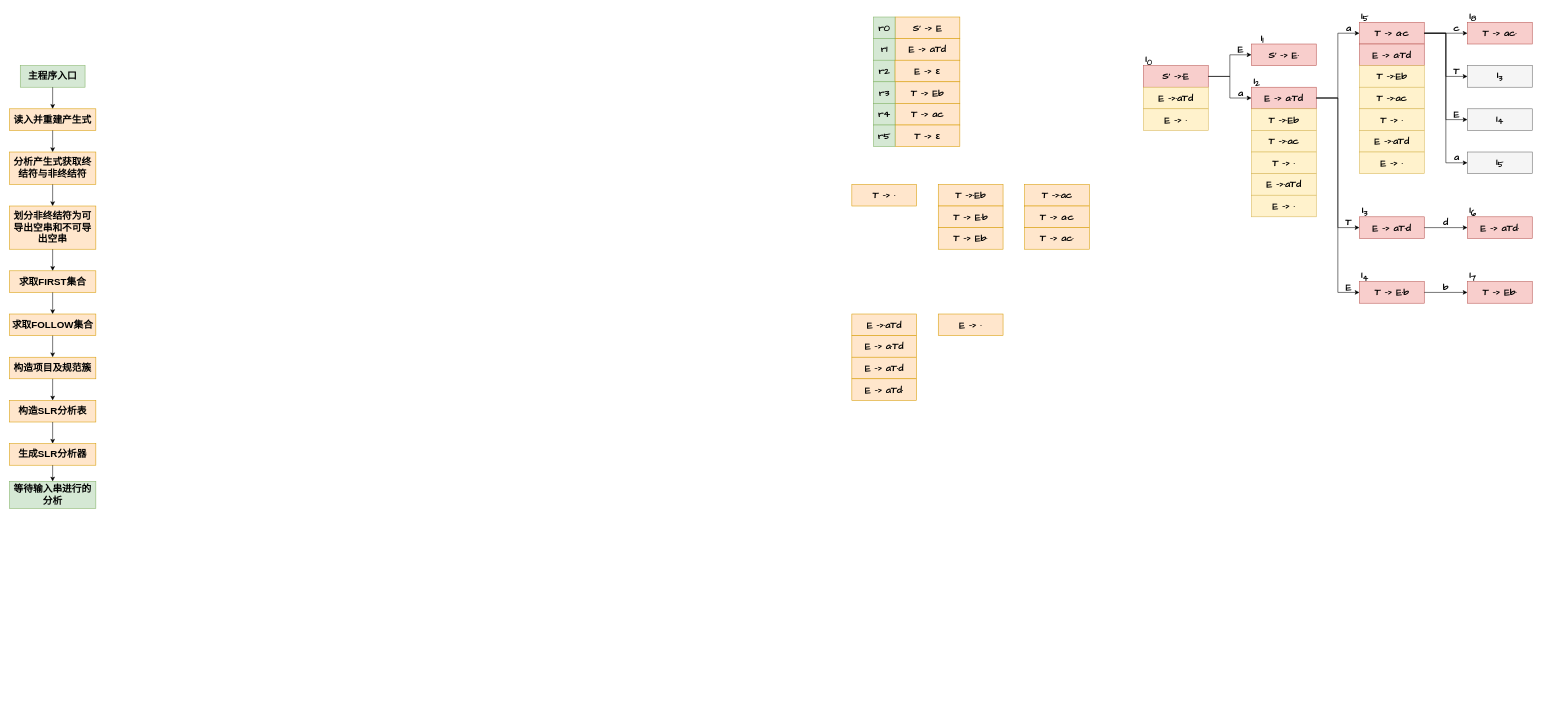
This is CS/CompilersPrinciples/GrammaticalAnalysis.drawio from umiskky/Diagrams, a draw.io file, before an edit. Source tidied: cells renumbered, new cells numbered last; positions are measured from the earlier drawing's top-left corner, leaving out a move shared by most shapes. Both pictures are drawn from the tidied source at 54%, with x=0, y=0 at pixel (9, 11).
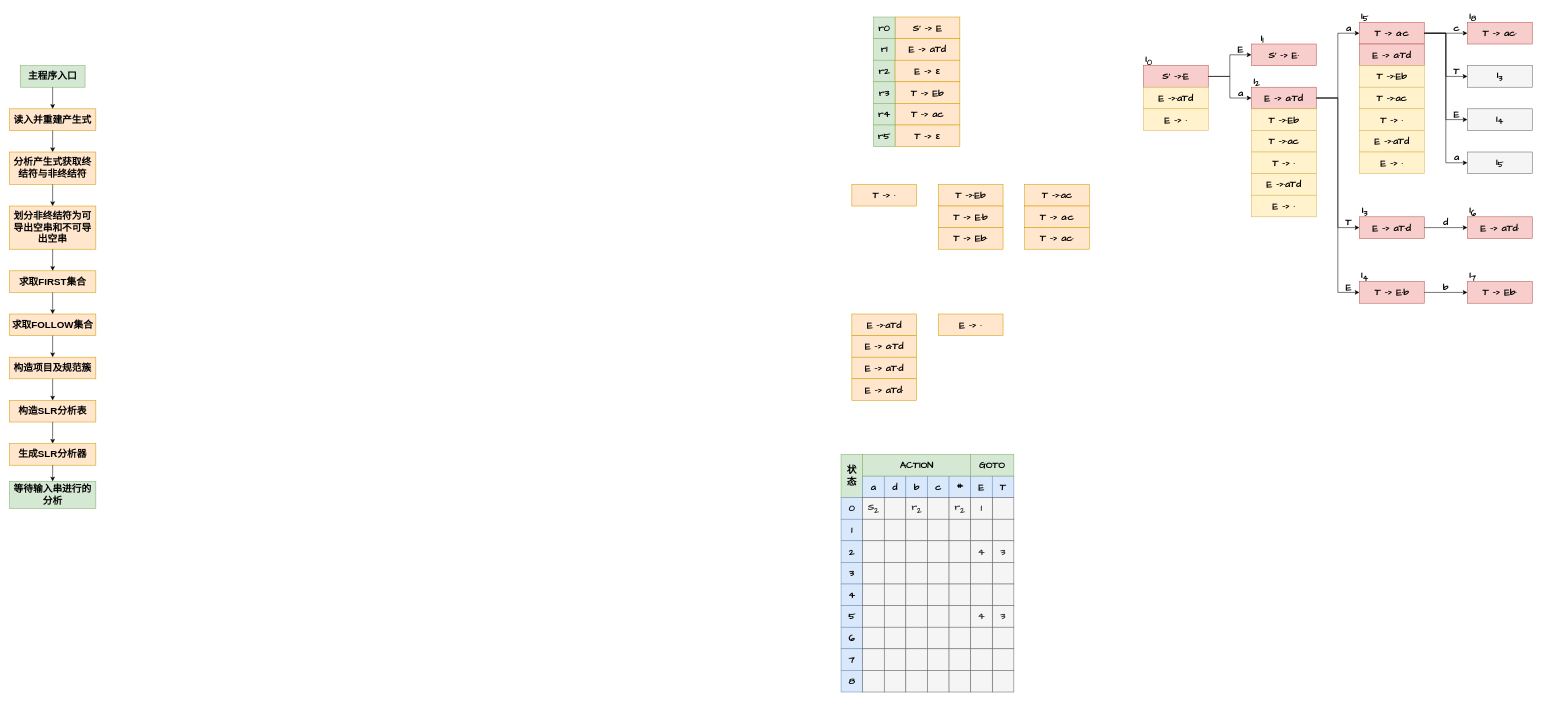
The same diagram, later.

Change to the diagram source:
```diff
@@
+    <mxCell id="116" style="group;" parent="1" vertex="1">
+      <mxGeometry x="1540" y="820" width="320" height="440" as="geometry" />
+    </mxCell>
+    <mxCell id="117" value="&lt;font face=&quot;Comic Sans MS&quot; style=&quot;font-size: 18px&quot;&gt;&lt;b&gt;状&lt;br&gt;态&lt;br&gt;&lt;/b&gt;&lt;/font&gt;" style="rounded=0;whiteSpace=wrap;html=1;fillColor=#d5e8d4;strokeColor=#82b366;" parent="116" vertex="1">
+      <mxGeometry width="40" height="80" as="geometry" />
+    </mxCell>
+    <mxCell id="118" value="&lt;font face=&quot;Comic Sans MS&quot; style=&quot;font-size: 18px&quot;&gt;&lt;b&gt;a&lt;/b&gt;&lt;/font&gt;" style="rounded=0;whiteSpace=wrap;html=1;fillColor=#dae8fc;strokeColor=#6c8ebf;" parent="116" vertex="1">
+      <mxGeometry x="40" y="40" width="40" height="40" as="geometry" />
+    </mxCell>
+    <mxCell id="119" value="&lt;font face=&quot;Comic Sans MS&quot; style=&quot;font-size: 18px&quot;&gt;&lt;b&gt;d&lt;/b&gt;&lt;/font&gt;" style="rounded=0;whiteSpace=wrap;html=1;fillColor=#dae8fc;strokeColor=#6c8ebf;" parent="116" vertex="1">
+      <mxGeometry x="80" y="40" width="40" height="40" as="geometry" />
+    </mxCell>
+    <mxCell id="120" value="&lt;font face=&quot;Comic Sans MS&quot; style=&quot;font-size: 18px&quot;&gt;&lt;b&gt;b&lt;/b&gt;&lt;/font&gt;" style="rounded=0;whiteSpace=wrap;html=1;fillColor=#dae8fc;strokeColor=#6c8ebf;" parent="116" vertex="1">
+      <mxGeometry x="120" y="40" width="40" height="40" as="geometry" />
+    </mxCell>
+    <mxCell id="121" value="&lt;font face=&quot;Comic Sans MS&quot;&gt;&lt;span style=&quot;font-size: 18px&quot;&gt;&lt;b&gt;c&lt;/b&gt;&lt;/span&gt;&lt;/font&gt;" style="rounded=0;whiteSpace=wrap;html=1;fillColor=#dae8fc;strokeColor=#6c8ebf;" parent="116" vertex="1">
+      <mxGeometry x="160" y="40" width="40" height="40" as="geometry" />
+    </mxCell>
+    <mxCell id="122" value="&lt;font face=&quot;Comic Sans MS&quot;&gt;&lt;span style=&quot;font-size: 18px&quot;&gt;&lt;b&gt;#&lt;/b&gt;&lt;/span&gt;&lt;/font&gt;" style="rounded=0;whiteSpace=wrap;html=1;fillColor=#dae8fc;strokeColor=#6c8ebf;" parent="116" vertex="1">
+      <mxGeometry x="200" y="40" width="40" height="40" as="geometry" />
+    </mxCell>
+    <mxCell id="123" value="&lt;font face=&quot;Comic Sans MS&quot;&gt;&lt;span style=&quot;font-size: 18px&quot;&gt;&lt;b&gt;E&lt;/b&gt;&lt;/span&gt;&lt;/font&gt;" style="rounded=0;whiteSpace=wrap;html=1;fillColor=#dae8fc;strokeColor=#6c8ebf;" parent="116" vertex="1">
+      <mxGeometry x="240" y="40" width="40" height="40" as="geometry" />
+    </mxCell>
+    <mxCell id="124" value="&lt;font face=&quot;Comic Sans MS&quot;&gt;&lt;span style=&quot;font-size: 18px&quot;&gt;&lt;b&gt;T&lt;/b&gt;&lt;/span&gt;&lt;/font&gt;" style="rounded=0;whiteSpace=wrap;html=1;fillColor=#dae8fc;strokeColor=#6c8ebf;" parent="116" vertex="1">
+      <mxGeometry x="280" y="40" width="40" height="40" as="geometry" />
+    </mxCell>
+    <mxCell id="125" value="&lt;font face=&quot;Comic Sans MS&quot; style=&quot;font-size: 18px&quot;&gt;&lt;b&gt;ACTION&lt;/b&gt;&lt;/font&gt;" style="rounded=0;whiteSpace=wrap;html=1;fillColor=#d5e8d4;strokeColor=#82b366;" parent="116" vertex="1">
+      <mxGeometry x="40" width="200" height="40" as="geometry" />
+    </mxCell>
+    <mxCell id="126" value="&lt;font face=&quot;Comic Sans MS&quot;&gt;&lt;span style=&quot;font-size: 18px&quot;&gt;&lt;b&gt;GOTO&lt;/b&gt;&lt;/span&gt;&lt;/font&gt;" style="rounded=0;whiteSpace=wrap;html=1;fillColor=#d5e8d4;strokeColor=#82b366;" parent="116" vertex="1">
+      <mxGeometry x="240" width="80" height="40" as="geometry" />
+    </mxCell>
+    <mxCell id="127" value="&lt;font face=&quot;Comic Sans MS&quot; style=&quot;font-size: 18px&quot;&gt;&lt;b&gt;0&lt;/b&gt;&lt;/font&gt;" style="rounded=0;whiteSpace=wrap;html=1;fillColor=#dae8fc;strokeColor=#6c8ebf;" parent="116" vertex="1">
+      <mxGeometry y="80" width="40" height="40" as="geometry" />
+    </mxCell>
+    <mxCell id="128" value="&lt;b&gt;&lt;font style=&quot;font-size: 18px&quot; face=&quot;Comic Sans MS&quot;&gt;S&lt;sub&gt;2&lt;/sub&gt;&lt;/font&gt;&lt;/b&gt;" style="rounded=0;whiteSpace=wrap;html=1;fillColor=#f5f5f5;strokeColor=#666666;fontColor=#333333;" parent="116" vertex="1">
+      <mxGeometry x="40" y="80" width="40" height="40" as="geometry" />
+    </mxCell>
+    <mxCell id="129" style="rounded=0;whiteSpace=wrap;html=1;fillColor=#f5f5f5;strokeColor=#666666;fontColor=#333333;" parent="116" vertex="1">
+      <mxGeometry x="80" y="80" width="40" height="40" as="geometry" />
+    </mxCell>
+    <mxCell id="130" value="&lt;b&gt;&lt;font style=&quot;font-size: 18px&quot; face=&quot;Comic Sans MS&quot;&gt;r&lt;sub&gt;2&lt;/sub&gt;&lt;/font&gt;&lt;/b&gt;" style="rounded=0;whiteSpace=wrap;html=1;fillColor=#f5f5f5;strokeColor=#666666;fontColor=#333333;" parent="116" vertex="1">
+      <mxGeometry x="120" y="80" width="40" height="40" as="geometry" />
+    </mxCell>
+    <mxCell id="131" style="rounded=0;whiteSpace=wrap;html=1;fillColor=#f5f5f5;strokeColor=#666666;fontColor=#333333;" parent="116" vertex="1">
+      <mxGeometry x="160" y="80" width="40" height="40" as="geometry" />
+    </mxCell>
+    <mxCell id="132" value="&lt;b&gt;&lt;font face=&quot;Comic Sans MS&quot; style=&quot;font-size: 18px&quot;&gt;r&lt;sub&gt;2&lt;/sub&gt;&lt;/font&gt;&lt;/b&gt;" style="rounded=0;whiteSpace=wrap;html=1;fillColor=#f5f5f5;strokeColor=#666666;fontColor=#333333;" parent="116" vertex="1">
+      <mxGeometry x="200" y="80" width="40" height="40" as="geometry" />
+    </mxCell>
+    <mxCell id="133" style="rounded=0;whiteSpace=wrap;html=1;fillColor=#f5f5f5;strokeColor=#666666;fontColor=#333333;" parent="116" vertex="1">
+      <mxGeometry x="280" y="80" width="40" height="40" as="geometry" />
+    </mxCell>
+    <mxCell id="134" value="&lt;font style=&quot;font-size: 18px&quot; face=&quot;Comic Sans MS&quot;&gt;&lt;b&gt;1&lt;/b&gt;&lt;/font&gt;" style="rounded=0;whiteSpace=wrap;html=1;fillColor=#f5f5f5;strokeColor=#666666;fontColor=#333333;" parent="116" vertex="1">
+      <mxGeometry x="240" y="80" width="40" height="40" as="geometry" />
+    </mxCell>
+    <mxCell id="135" value="&lt;font face=&quot;Comic Sans MS&quot; style=&quot;font-size: 18px&quot;&gt;&lt;b&gt;1&lt;/b&gt;&lt;/font&gt;" style="rounded=0;whiteSpace=wrap;html=1;fillColor=#dae8fc;strokeColor=#6c8ebf;" parent="116" vertex="1">
+      <mxGeometry y="120" width="40" height="40" as="geometry" />
+    </mxCell>
+    <mxCell id="136" value="&lt;font face=&quot;Comic Sans MS&quot; style=&quot;font-size: 18px&quot;&gt;&lt;b&gt;2&lt;/b&gt;&lt;/font&gt;" style="rounded=0;whiteSpace=wrap;html=1;fillColor=#dae8fc;strokeColor=#6c8ebf;" parent="116" vertex="1">
+      <mxGeometry y="160" width="40" height="40" as="geometry" />
+    </mxCell>
+    <mxCell id="137" value="&lt;font face=&quot;Comic Sans MS&quot; style=&quot;font-size: 18px&quot;&gt;&lt;b&gt;3&lt;/b&gt;&lt;/font&gt;" style="rounded=0;whiteSpace=wrap;html=1;fillColor=#dae8fc;strokeColor=#6c8ebf;" parent="116" vertex="1">
+      <mxGeometry y="200" width="40" height="40" as="geometry" />
+    </mxCell>
+    <mxCell id="138" value="&lt;font face=&quot;Comic Sans MS&quot; style=&quot;font-size: 18px&quot;&gt;&lt;b&gt;4&lt;/b&gt;&lt;/font&gt;" style="rounded=0;whiteSpace=wrap;html=1;fillColor=#dae8fc;strokeColor=#6c8ebf;" parent="116" vertex="1">
+      <mxGeometry y="240" width="40" height="40" as="geometry" />
+    </mxCell>
+    <mxCell id="139" value="&lt;font face=&quot;Comic Sans MS&quot; style=&quot;font-size: 18px&quot;&gt;&lt;b&gt;5&lt;/b&gt;&lt;/font&gt;" style="rounded=0;whiteSpace=wrap;html=1;fillColor=#dae8fc;strokeColor=#6c8ebf;" parent="116" vertex="1">
+      <mxGeometry y="280" width="40" height="40" as="geometry" />
+    </mxCell>
+    <mxCell id="140" value="&lt;font face=&quot;Comic Sans MS&quot; style=&quot;font-size: 18px&quot;&gt;&lt;b&gt;6&lt;/b&gt;&lt;/font&gt;" style="rounded=0;whiteSpace=wrap;html=1;fillColor=#dae8fc;strokeColor=#6c8ebf;" parent="116" vertex="1">
+      <mxGeometry y="320" width="40" height="40" as="geometry" />
+    </mxCell>
+    <mxCell id="141" value="&lt;font face=&quot;Comic Sans MS&quot; style=&quot;font-size: 18px&quot;&gt;&lt;b&gt;7&lt;/b&gt;&lt;/font&gt;" style="rounded=0;whiteSpace=wrap;html=1;fillColor=#dae8fc;strokeColor=#6c8ebf;" parent="116" vertex="1">
+      <mxGeometry y="360" width="40" height="40" as="geometry" />
+    </mxCell>
+    <mxCell id="142" value="&lt;font face=&quot;Comic Sans MS&quot; style=&quot;font-size: 18px&quot;&gt;&lt;b&gt;8&lt;/b&gt;&lt;/font&gt;" style="rounded=0;whiteSpace=wrap;html=1;fillColor=#dae8fc;strokeColor=#6c8ebf;" parent="116" vertex="1">
+      <mxGeometry y="400" width="40" height="40" as="geometry" />
+    </mxCell>
+    <mxCell id="143" style="rounded=0;whiteSpace=wrap;html=1;fillColor=#f5f5f5;strokeColor=#666666;fontColor=#333333;" parent="116" vertex="1">
+      <mxGeometry x="40" y="120" width="40" height="40" as="geometry" />
+    </mxCell>
+    <mxCell id="144" style="rounded=0;whiteSpace=wrap;html=1;fillColor=#f5f5f5;strokeColor=#666666;fontColor=#333333;" parent="116" vertex="1">
+      <mxGeometry x="80" y="120" width="40" height="40" as="geometry" />
+    </mxCell>
+    <mxCell id="145" style="rounded=0;whiteSpace=wrap;html=1;fillColor=#f5f5f5;strokeColor=#666666;fontColor=#333333;" parent="116" vertex="1">
+      <mxGeometry x="120" y="120" width="40" height="40" as="geometry" />
+    </mxCell>
+    <mxCell id="146" style="rounded=0;whiteSpace=wrap;html=1;fillColor=#f5f5f5;strokeColor=#666666;fontColor=#333333;" parent="116" vertex="1">
+      <mxGeometry x="160" y="120" width="40" height="40" as="geometry" />
+    </mxCell>
+    <mxCell id="147" style="rounded=0;whiteSpace=wrap;html=1;fillColor=#f5f5f5;strokeColor=#666666;fontColor=#333333;" parent="116" vertex="1">
+      <mxGeometry x="200" y="120" width="40" height="40" as="geometry" />
+    </mxCell>
+    <mxCell id="148" style="rounded=0;whiteSpace=wrap;html=1;fillColor=#f5f5f5;strokeColor=#666666;fontColor=#333333;" parent="116" vertex="1">
+      <mxGeometry x="280" y="120" width="40" height="40" as="geometry" />
+    </mxCell>
+    <mxCell id="149" style="rounded=0;whiteSpace=wrap;html=1;fillColor=#f5f5f5;strokeColor=#666666;fontColor=#333333;" parent="116" vertex="1">
+      <mxGeometry x="240" y="120" width="40" height="40" as="geometry" />
+    </mxCell>
+    <mxCell id="150" style="rounded=0;whiteSpace=wrap;html=1;fillColor=#f5f5f5;strokeColor=#666666;fontColor=#333333;" parent="116" vertex="1">
+      <mxGeometry x="40" y="160" width="40" height="40" as="geometry" />
+    </mxCell>
+    <mxCell id="151" style="rounded=0;whiteSpace=wrap;html=1;fillColor=#f5f5f5;strokeColor=#666666;fontColor=#333333;" parent="116" vertex="1">
+      <mxGeometry x="80" y="160" width="40" height="40" as="geometry" />
+    </mxCell>
+    <mxCell id="152" style="rounded=0;whiteSpace=wrap;html=1;fillColor=#f5f5f5;strokeColor=#666666;fontColor=#333333;" parent="116" vertex="1">
+      <mxGeometry x="120" y="160" width="40" height="40" as="geometry" />
+    </mxCell>
+    <mxCell id="153" style="rounded=0;whiteSpace=wrap;html=1;fillColor=#f5f5f5;strokeColor=#666666;fontColor=#333333;" parent="116" vertex="1">
+      <mxGeometry x="160" y="160" width="40" height="40" as="geometry" />
+    </mxCell>
+    <mxCell id="154" style="rounded=0;whiteSpace=wrap;html=1;fillColor=#f5f5f5;strokeColor=#666666;fontColor=#333333;" parent="116" vertex="1">
+      <mxGeometry x="200" y="160" width="40" height="40" as="geometry" />
+    </mxCell>
+    <mxCell id="155" value="&lt;b style=&quot;font-family: &amp;#34;comic sans ms&amp;#34; ; font-size: 18px&quot;&gt;3&lt;/b&gt;" style="rounded=0;whiteSpace=wrap;html=1;fillColor=#f5f5f5;strokeColor=#666666;fontColor=#333333;" parent="116" vertex="1">
+      <mxGeometry x="280" y="160" width="40" height="40" as="geometry" />
+    </mxCell>
+    <mxCell id="156" value="&lt;b style=&quot;font-family: &amp;#34;comic sans ms&amp;#34; ; font-size: 18px&quot;&gt;4&lt;/b&gt;" style="rounded=0;whiteSpace=wrap;html=1;fillColor=#f5f5f5;strokeColor=#666666;fontColor=#333333;" parent="116" vertex="1">
+      <mxGeometry x="240" y="160" width="40" height="40" as="geometry" />
+    </mxCell>
+    <mxCell id="157" style="rounded=0;whiteSpace=wrap;html=1;fillColor=#f5f5f5;strokeColor=#666666;fontColor=#333333;" parent="116" vertex="1">
+      <mxGeometry x="40" y="200" width="40" height="40" as="geometry" />
+    </mxCell>
+    <mxCell id="158" style="rounded=0;whiteSpace=wrap;html=1;fillColor=#f5f5f5;strokeColor=#666666;fontColor=#333333;" parent="116" vertex="1">
+      <mxGeometry x="80" y="200" width="40" height="40" as="geometry" />
+    </mxCell>
+    <mxCell id="159" style="rounded=0;whiteSpace=wrap;html=1;fillColor=#f5f5f5;strokeColor=#666666;fontColor=#333333;" parent="116" vertex="1">
+      <mxGeometry x="120" y="200" width="40" height="40" as="geometry" />
+    </mxCell>
+    <mxCell id="160" style="rounded=0;whiteSpace=wrap;html=1;fillColor=#f5f5f5;strokeColor=#666666;fontColor=#333333;" parent="116" vertex="1">
+      <mxGeometry x="160" y="200" width="40" height="40" as="geometry" />
+    </mxCell>
+    <mxCell id="161" style="rounded=0;whiteSpace=wrap;html=1;fillColor=#f5f5f5;strokeColor=#666666;fontColor=#333333;" parent="116" vertex="1">
+      <mxGeometry x="200" y="200" width="40" height="40" as="geometry" />
+    </mxCell>
+    <mxCell id="162" style="rounded=0;whiteSpace=wrap;html=1;fillColor=#f5f5f5;strokeColor=#666666;fontColor=#333333;" parent="116" vertex="1">
+      <mxGeometry x="280" y="200" width="40" height="40" as="geometry" />
+    </mxCell>
+    <mxCell id="163" style="rounded=0;whiteSpace=wrap;html=1;fillColor=#f5f5f5;strokeColor=#666666;fontColor=#333333;" parent="116" vertex="1">
+      <mxGeometry x="240" y="200" width="40" height="40" as="geometry" />
+    </mxCell>
+    <mxCell id="164" style="rounded=0;whiteSpace=wrap;html=1;fillColor=#f5f5f5;strokeColor=#666666;fontColor=#333333;" parent="116" vertex="1">
+      <mxGeometry x="40" y="240" width="40" height="40" as="geometry" />
+    </mxCell>
+    <mxCell id="165" style="rounded=0;whiteSpace=wrap;html=1;fillColor=#f5f5f5;strokeColor=#666666;fontColor=#333333;" parent="116" vertex="1">
+      <mxGeometry x="80" y="240" width="40" height="40" as="geometry" />
+    </mxCell>
+    <mxCell id="166" style="rounded=0;whiteSpace=wrap;html=1;fillColor=#f5f5f5;strokeColor=#666666;fontColor=#333333;" parent="116" vertex="1">
+      <mxGeometry x="120" y="240" width="40" height="40" as="geometry" />
+    </mxCell>
+    <mxCell id="167" style="rounded=0;whiteSpace=wrap;html=1;fillColor=#f5f5f5;strokeColor=#666666;fontColor=#333333;" parent="116" vertex="1">
+      <mxGeometry x="160" y="240" width="40" height="40" as="geometry" />
+    </mxCell>
+    <mxCell id="168" style="rounded=0;whiteSpace=wrap;html=1;fillColor=#f5f5f5;strokeColor=#666666;fontColor=#333333;" parent="116" vertex="1">
+      <mxGeometry x="200" y="240" width="40" height="40" as="geometry" />
+    </mxCell>
+    <mxCell id="169" style="rounded=0;whiteSpace=wrap;html=1;fillColor=#f5f5f5;strokeColor=#666666;fontColor=#333333;" parent="116" vertex="1">
+      <mxGeometry x="280" y="240" width="40" height="40" as="geometry" />
+    </mxCell>
+    <mxCell id="170" style="rounded=0;whiteSpace=wrap;html=1;fillColor=#f5f5f5;strokeColor=#666666;fontColor=#333333;" parent="116" vertex="1">
+      <mxGeometry x="240" y="240" width="40" height="40" as="geometry" />
+    </mxCell>
+    <mxCell id="171" style="rounded=0;whiteSpace=wrap;html=1;fillColor=#f5f5f5;strokeColor=#666666;fontColor=#333333;" parent="116" vertex="1">
+      <mxGeometry x="40" y="280" width="40" height="40" as="geometry" />
+    </mxCell>
+    <mxCell id="172" style="rounded=0;whiteSpace=wrap;html=1;fillColor=#f5f5f5;strokeColor=#666666;fontColor=#333333;" parent="116" vertex="1">
+      <mxGeometry x="80" y="280" width="40" height="40" as="geometry" />
+    </mxCell>
+    <mxCell id="173" style="rounded=0;whiteSpace=wrap;html=1;fillColor=#f5f5f5;strokeColor=#666666;fontColor=#333333;" parent="116" vertex="1">
+      <mxGeometry x="120" y="280" width="40" height="40" as="geometry" />
+    </mxCell>
+    <mxCell id="174" style="rounded=0;whiteSpace=wrap;html=1;fillColor=#f5f5f5;strokeColor=#666666;fontColor=#333333;" parent="116" vertex="1">
+      <mxGeometry x="160" y="280" width="40" height="40" as="geometry" />
+    </mxCell>
+    <mxCell id="175" style="rounded=0;whiteSpace=wrap;html=1;fillColor=#f5f5f5;strokeColor=#666666;fontColor=#333333;" parent="116" vertex="1">
+      <mxGeometry x="200" y="280" width="40" height="40" as="geometry" />
+    </mxCell>
+    <mxCell id="176" value="&lt;b style=&quot;font-family: &amp;#34;comic sans ms&amp;#34; ; font-size: 18px&quot;&gt;3&lt;/b&gt;" style="rounded=0;whiteSpace=wrap;html=1;fillColor=#f5f5f5;strokeColor=#666666;fontColor=#333333;" parent="116" vertex="1">
+      <mxGeometry x="280" y="280" width="40" height="40" as="geometry" />
+    </mxCell>
+    <mxCell id="177" value="&lt;b style=&quot;font-family: &amp;#34;comic sans ms&amp;#34; ; font-size: 18px&quot;&gt;4&lt;/b&gt;" style="rounded=0;whiteSpace=wrap;html=1;fillColor=#f5f5f5;strokeColor=#666666;fontColor=#333333;" parent="116" vertex="1">
+      <mxGeometry x="240" y="280" width="40" height="40" as="geometry" />
+    </mxCell>
+    <mxCell id="178" style="rounded=0;whiteSpace=wrap;html=1;fillColor=#f5f5f5;strokeColor=#666666;fontColor=#333333;" parent="116" vertex="1">
+      <mxGeometry x="40" y="320" width="40" height="40" as="geometry" />
+    </mxCell>
+    <mxCell id="179" style="rounded=0;whiteSpace=wrap;html=1;fillColor=#f5f5f5;strokeColor=#666666;fontColor=#333333;" parent="116" vertex="1">
+      <mxGeometry x="80" y="320" width="40" height="40" as="geometry" />
+    </mxCell>
+    <mxCell id="180" style="rounded=0;whiteSpace=wrap;html=1;fillColor=#f5f5f5;strokeColor=#666666;fontColor=#333333;" parent="116" vertex="1">
+      <mxGeometry x="120" y="320" width="40" height="40" as="geometry" />
+    </mxCell>
+    <mxCell id="181" style="rounded=0;whiteSpace=wrap;html=1;fillColor=#f5f5f5;strokeColor=#666666;fontColor=#333333;" parent="116" vertex="1">
+      <mxGeometry x="160" y="320" width="40" height="40" as="geometry" />
+    </mxCell>
+    <mxCell id="182" style="rounded=0;whiteSpace=wrap;html=1;fillColor=#f5f5f5;strokeColor=#666666;fontColor=#333333;" parent="116" vertex="1">
+      <mxGeometry x="200" y="320" width="40" height="40" as="geometry" />
+    </mxCell>
+    <mxCell id="183" style="rounded=0;whiteSpace=wrap;html=1;fillColor=#f5f5f5;strokeColor=#666666;fontColor=#333333;" parent="116" vertex="1">
+      <mxGeometry x="280" y="320" width="40" height="40" as="geometry" />
+    </mxCell>
+    <mxCell id="184" style="rounded=0;whiteSpace=wrap;html=1;fillColor=#f5f5f5;strokeColor=#666666;fontColor=#333333;" parent="116" vertex="1">
+      <mxGeometry x="240" y="320" width="40" height="40" as="geometry" />
+    </mxCell>
+    <mxCell id="185" style="rounded=0;whiteSpace=wrap;html=1;fillColor=#f5f5f5;strokeColor=#666666;fontColor=#333333;" parent="116" vertex="1">
+      <mxGeometry x="40" y="360" width="40" height="40" as="geometry" />
+    </mxCell>
+    <mxCell id="186" style="rounded=0;whiteSpace=wrap;html=1;fillColor=#f5f5f5;strokeColor=#666666;fontColor=#333333;" parent="116" vertex="1">
+      <mxGeometry x="80" y="360" width="40" height="40" as="geometry" />
+    </mxCell>
+    <mxCell id="187" style="rounded=0;whiteSpace=wrap;html=1;fillColor=#f5f5f5;strokeColor=#666666;fontColor=#333333;" parent="116" vertex="1">
+      <mxGeometry x="120" y="360" width="40" height="40" as="geometry" />
+    </mxCell>
+    <mxCell id="188" style="rounded=0;whiteSpace=wrap;html=1;fillColor=#f5f5f5;strokeColor=#666666;fontColor=#333333;" parent="116" vertex="1">
+      <mxGeometry x="160" y="360" width="40" height="40" as="geometry" />
+    </mxCell>
+    <mxCell id="189" style="rounded=0;whiteSpace=wrap;html=1;fillColor=#f5f5f5;strokeColor=#666666;fontColor=#333333;" parent="116" vertex="1">
+      <mxGeometry x="200" y="360" width="40" height="40" as="geometry" />
+    </mxCell>
+    <mxCell id="190" style="rounded=0;whiteSpace=wrap;html=1;fillColor=#f5f5f5;strokeColor=#666666;fontColor=#333333;" parent="116" vertex="1">
+      <mxGeometry x="280" y="360" width="40" height="40" as="geometry" />
+    </mxCell>
+    <mxCell id="191" style="rounded=0;whiteSpace=wrap;html=1;fillColor=#f5f5f5;strokeColor=#666666;fontColor=#333333;" parent="116" vertex="1">
+      <mxGeometry x="240" y="360" width="40" height="40" as="geometry" />
+    </mxCell>
+    <mxCell id="192" style="rounded=0;whiteSpace=wrap;html=1;fillColor=#f5f5f5;strokeColor=#666666;fontColor=#333333;" parent="116" vertex="1">
+      <mxGeometry x="40" y="400" width="40" height="40" as="geometry" />
+    </mxCell>
+    <mxCell id="193" style="rounded=0;whiteSpace=wrap;html=1;fillColor=#f5f5f5;strokeColor=#666666;fontColor=#333333;" parent="116" vertex="1">
+      <mxGeometry x="80" y="400" width="40" height="40" as="geometry" />
+    </mxCell>
+    <mxCell id="194" style="rounded=0;whiteSpace=wrap;html=1;fillColor=#f5f5f5;strokeColor=#666666;fontColor=#333333;" parent="116" vertex="1">
+      <mxGeometry x="120" y="400" width="40" height="40" as="geometry" />
+    </mxCell>
+    <mxCell id="195" style="rounded=0;whiteSpace=wrap;html=1;fillColor=#f5f5f5;strokeColor=#666666;fontColor=#333333;" parent="116" vertex="1">
+      <mxGeometry x="160" y="400" width="40" height="40" as="geometry" />
+    </mxCell>
+    <mxCell id="196" style="rounded=0;whiteSpace=wrap;html=1;fillColor=#f5f5f5;strokeColor=#666666;fontColor=#333333;" parent="116" vertex="1">
+      <mxGeometry x="200" y="400" width="40" height="40" as="geometry" />
+    </mxCell>
+    <mxCell id="197" style="rounded=0;whiteSpace=wrap;html=1;fillColor=#f5f5f5;strokeColor=#666666;fontColor=#333333;" parent="116" vertex="1">
+      <mxGeometry x="280" y="400" width="40" height="40" as="geometry" />
+    </mxCell>
+    <mxCell id="198" style="rounded=0;whiteSpace=wrap;html=1;fillColor=#f5f5f5;strokeColor=#666666;fontColor=#333333;" parent="116" vertex="1">
+      <mxGeometry x="240" y="400" width="40" height="40" as="geometry" />
+    </mxCell>
```
